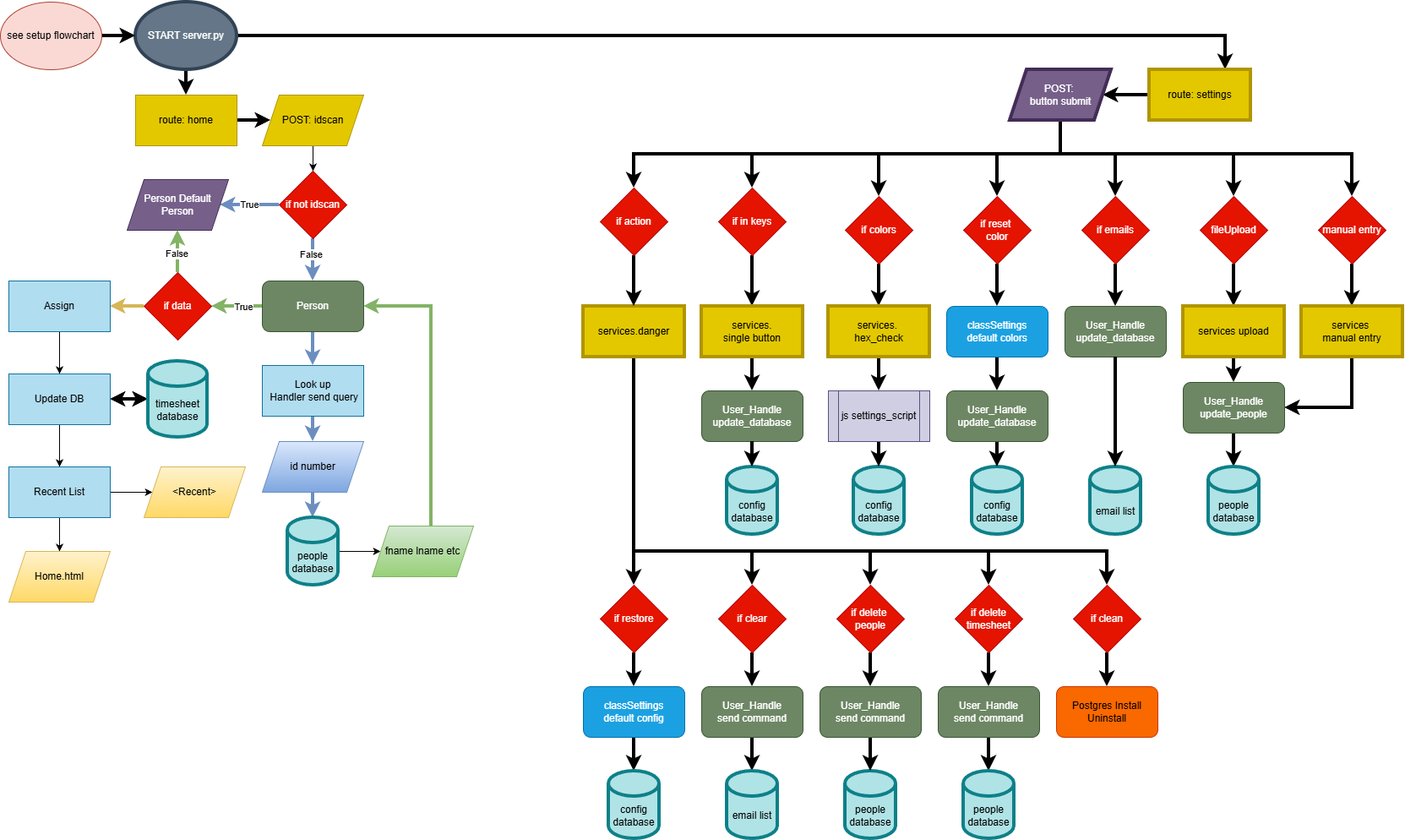
Above: planning/server_flowchart.drawio.png in whitedragonstudios/Scanner (draw.io), before the change. Source tidied: cells renumbered, new cells last; positions are measured from the earlier drawing's top-left corner, leaving out a move shared by most shapes.
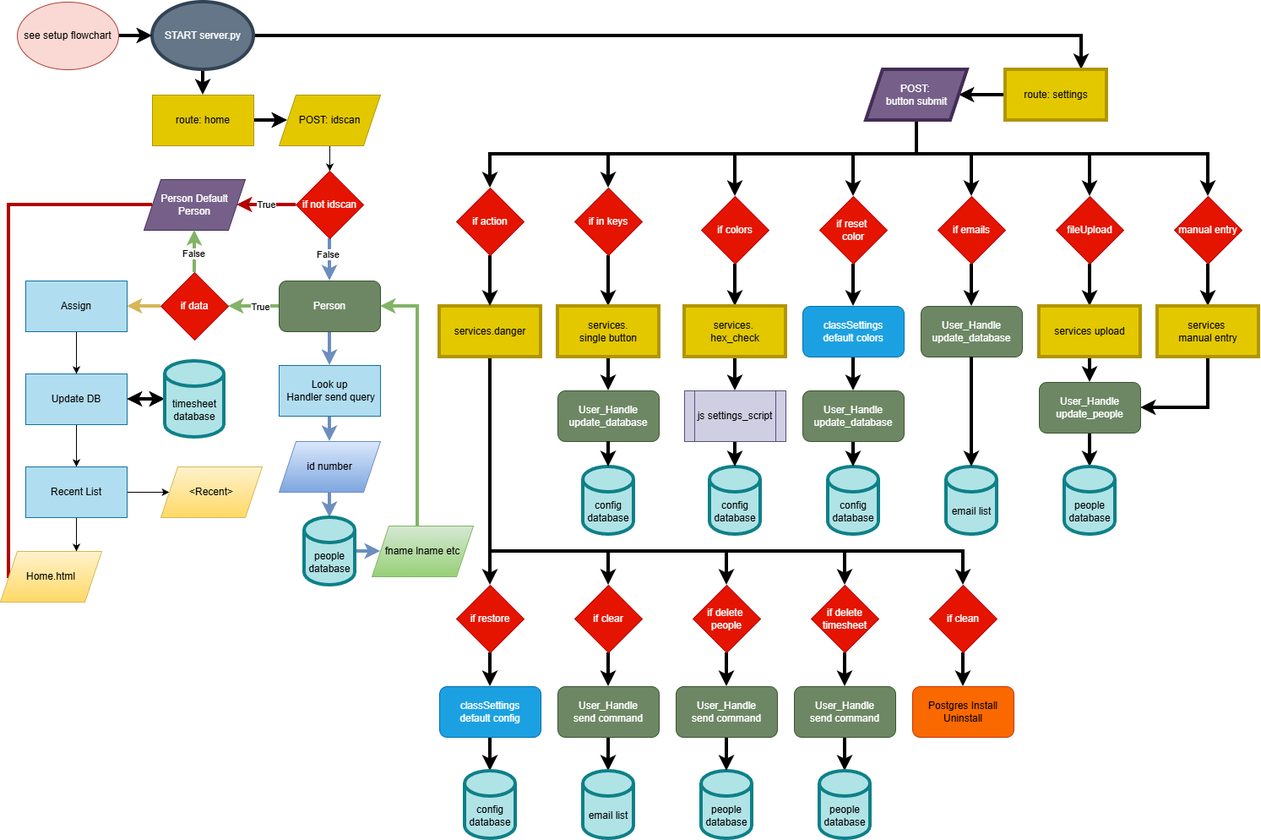
The same file after the commit.

What changed in the source:
```diff
@@ -9,7 +9,7 @@
       <mxGeometry relative="1" as="geometry" />
     </mxCell>
     <mxCell id="4" value="START server.py" style="ellipse;whiteSpace=wrap;html=1;strokeWidth=4;fillColor=#647687;fontColor=#ffffff;strokeColor=#314354;" parent="1" vertex="1">
-      <mxGeometry x="160" width="120" height="80" as="geometry" />
+      <mxGeometry x="350" width="120" height="80" as="geometry" />
     </mxCell>
     <mxCell id="5" style="edgeStyle=orthogonalEdgeStyle;rounded=0;jettySize=auto;html=1;strokeWidth=4;" parent="1" edge="1" source="6" target="17">
       <mxGeometry relative="1" as="geometry" />
@@ -24,7 +24,7 @@
       <mxGeometry relative="1" as="geometry" />
     </mxCell>
     <mxCell id="9" value="see setup flowchart" style="ellipse;whiteSpace=wrap;html=1;fillColor=#fad9d5;strokeColor=#ae4132;" parent="1" vertex="1">
-      <mxGeometry width="120" height="80" as="geometry" />
+      <mxGeometry x="190" width="120" height="80" as="geometry" />
     </mxCell>
     <mxCell id="10" style="edgeStyle=orthogonalEdgeStyle;rounded=0;jettySize=auto;html=1;exitX=0.5;exitY=1;exitDx=0;exitDy=0;strokeWidth=4;entryX=0.5;entryY=0;entryDx=0;entryDy=0;" parent="1" edge="1" source="17" target="26">
       <mxGeometry relative="1" as="geometry">
@@ -317,15 +317,15 @@
       <mxGeometry relative="1" as="geometry" />
     </mxCell>
     <mxCell id="87" value="route: home" style="rounded=0;whiteSpace=wrap;html=1;fillColor=#e3c800;fontColor=#000000;strokeColor=#B09500;" parent="1" vertex="1">
-      <mxGeometry x="160" y="110" width="120" height="60" as="geometry" />
+      <mxGeometry x="350" y="110" width="120" height="60" as="geometry" />
     </mxCell>
     <mxCell id="88" style="edgeStyle=orthogonalEdgeStyle;rounded=0;jettySize=auto;html=1;" parent="1" edge="1" source="89" target="94">
       <mxGeometry relative="1" as="geometry" />
     </mxCell>
     <mxCell id="89" value="POST: idscan" style="shape=parallelogram;perimeter=parallelogramPerimeter;whiteSpace=wrap;html=1;fixedSize=1;fillColor=#e3c800;fontColor=#000000;strokeColor=#B09500;" parent="1" vertex="1">
-      <mxGeometry x="310" y="110" width="120" height="60" as="geometry" />
+      <mxGeometry x="500" y="110" width="120" height="60" as="geometry" />
     </mxCell>
-    <mxCell id="90" style="edgeStyle=orthogonalEdgeStyle;rounded=0;jettySize=auto;html=1;fillColor=#dae8fc;gradientColor=#7ea6e0;strokeColor=#6c8ebf;strokeWidth=4;" parent="1" edge="1" source="94" target="95">
+    <mxCell id="90" style="edgeStyle=orthogonalEdgeStyle;rounded=0;jettySize=auto;html=1;fillColor=#e51400;strokeColor=#B20000;strokeWidth=4;" parent="1" edge="1" source="94" target="95">
       <mxGeometry relative="1" as="geometry" />
     </mxCell>
     <mxCell id="91" value="True" style="edgeLabel;html=1;align=center;verticalAlign=middle;" parent="90" vertex="1">
@@ -338,16 +338,25 @@
       <mxGeometry x="-0.28" y="-3" relative="1" as="geometry" />
     </mxCell>
     <mxCell id="94" value="if not idscan" style="rhombus;whiteSpace=wrap;html=1;fillColor=#e51400;fontColor=#ffffff;strokeColor=#B20000;" parent="1" vertex="1">
-      <mxGeometry x="330" y="200" width="80" height="80" as="geometry" />
+      <mxGeometry x="520" y="200" width="80" height="80" as="geometry" />
     </mxCell>
+    <mxCell id="124" style="edgeStyle=orthogonalEdgeStyle;rounded=0;jettySize=auto;html=1;entryX=0;entryY=0.5;entryDx=0;entryDy=0;strokeWidth=4;fillColor=#e51400;strokeColor=#B20000;" parent="1" edge="1" source="95">
+      <mxGeometry relative="1" as="geometry">
+        <mxPoint x="210" y="680" as="targetPoint" />
+        <Array as="points">
+          <mxPoint x="180" y="240" />
+          <mxPoint x="180" y="680" />
+        </Array>
+      </mxGeometry>
+    </mxCell>
     <mxCell id="95" value="Person Default Person" style="shape=parallelogram;perimeter=parallelogramPerimeter;whiteSpace=wrap;html=1;fixedSize=1;fillColor=#76608a;fontColor=#ffffff;strokeColor=#432D57;" parent="1" vertex="1">
-      <mxGeometry x="150" y="210" width="120" height="60" as="geometry" />
+      <mxGeometry x="340" y="210" width="120" height="60" as="geometry" />
     </mxCell>
     <mxCell id="96" style="edgeStyle=orthogonalEdgeStyle;rounded=0;jettySize=auto;html=1;fillColor=#dae8fc;gradientColor=#7ea6e0;strokeColor=#6c8ebf;strokeWidth=4;" parent="1" edge="1" source="97" target="103">
       <mxGeometry relative="1" as="geometry" />
     </mxCell>
     <mxCell id="97" value="Look up&lt;div&gt;&amp;nbsp;Handler send query&lt;/div&gt;" style="rounded=0;whiteSpace=wrap;html=1;fillColor=#b1ddf0;strokeColor=#10739e;" parent="1" vertex="1">
-      <mxGeometry x="310" y="430" width="120" height="60" as="geometry" />
+      <mxGeometry x="500" y="430" width="120" height="60" as="geometry" />
     </mxCell>
     <mxCell id="98" style="edgeStyle=orthogonalEdgeStyle;rounded=0;jettySize=auto;html=1;fillColor=#dae8fc;gradientColor=#7ea6e0;strokeColor=#6c8ebf;strokeWidth=4;" parent="1" edge="1" source="101" target="97">
       <mxGeometry relative="1" as="geometry" />
@@ -359,29 +368,29 @@
       <mxGeometry x="-0.24" relative="1" as="geometry" />
     </mxCell>
     <mxCell id="101" value="Person" style="rounded=1;whiteSpace=wrap;html=1;fillColor=#6d8764;fontColor=#ffffff;strokeColor=#3A5431;" parent="1" vertex="1">
-      <mxGeometry x="310" y="330" width="120" height="60" as="geometry" />
+      <mxGeometry x="500" y="330" width="120" height="60" as="geometry" />
     </mxCell>
     <mxCell id="102" style="edgeStyle=orthogonalEdgeStyle;rounded=0;jettySize=auto;html=1;strokeWidth=4;fillColor=#dae8fc;gradientColor=#7ea6e0;strokeColor=#6c8ebf;" parent="1" edge="1" source="103" target="105">
       <mxGeometry relative="1" as="geometry" />
     </mxCell>
     <mxCell id="103" value="id number" style="shape=parallelogram;perimeter=parallelogramPerimeter;whiteSpace=wrap;html=1;fixedSize=1;fillColor=#dae8fc;gradientColor=#7ea6e0;strokeColor=#6c8ebf;" parent="1" vertex="1">
-      <mxGeometry x="310" y="520" width="120" height="60" as="geometry" />
+      <mxGeometry x="500" y="520" width="120" height="60" as="geometry" />
     </mxCell>
-    <mxCell id="104" style="edgeStyle=orthogonalEdgeStyle;rounded=0;jettySize=auto;html=1;" parent="1" edge="1" source="105" target="107">
+    <mxCell id="104" style="edgeStyle=orthogonalEdgeStyle;rounded=0;jettySize=auto;html=1;strokeWidth=4;fillColor=#dae8fc;strokeColor=#6c8ebf;gradientColor=#7ea6e0;" parent="1" edge="1" source="105" target="107">
       <mxGeometry relative="1" as="geometry" />
     </mxCell>
     <mxCell id="105" value="people database" style="shape=cylinder3;whiteSpace=wrap;html=1;boundedLbl=1;backgroundOutline=1;size=15;strokeWidth=4;fillColor=#b0e3e6;strokeColor=#0e8088;" parent="1" vertex="1">
-      <mxGeometry x="340" y="610" width="60" height="80" as="geometry" />
+      <mxGeometry x="530" y="610" width="60" height="80" as="geometry" />
     </mxCell>
-    <mxCell id="106" style="edgeStyle=orthogonalEdgeStyle;rounded=0;jettySize=auto;html=1;entryX=1;entryY=0.5;entryDx=0;entryDy=0;fillColor=#d5e8d4;gradientColor=#97d077;strokeColor=#82b366;strokeWidth=4;" parent="1" edge="1" source="107" target="101">
+    <mxCell id="106" style="edgeStyle=orthogonalEdgeStyle;rounded=0;jettySize=auto;html=1;entryX=1;entryY=0.5;entryDx=0;entryDy=0;fillColor=#d5e8d4;gradientColor=#97d077;strokeColor=#82b366;strokeWidth=4;exitX=0.45;exitY=0.067;exitDx=0;exitDy=0;exitPerimeter=0;" parent="1" edge="1" source="107" target="101">
       <mxGeometry relative="1" as="geometry">
         <Array as="points">
-          <mxPoint x="510" y="360" />
+          <mxPoint x="664" y="360" />
         </Array>
       </mxGeometry>
     </mxCell>
     <mxCell id="107" value="fname lname etc" style="shape=parallelogram;perimeter=parallelogramPerimeter;whiteSpace=wrap;html=1;fixedSize=1;fillColor=#d5e8d4;gradientColor=#97d077;strokeColor=#82b366;" parent="1" vertex="1">
-      <mxGeometry x="440" y="620" width="120" height="60" as="geometry" />
+      <mxGeometry x="610" y="620" width="120" height="60" as="geometry" />
     </mxCell>
     <mxCell id="108" style="edgeStyle=orthogonalEdgeStyle;rounded=0;jettySize=auto;html=1;fillColor=#d5e8d4;gradientColor=#97d077;strokeColor=#82b366;strokeWidth=4;" parent="1" edge="1" source="111" target="95">
       <mxGeometry relative="1" as="geometry" />
@@ -393,13 +402,13 @@
       <mxGeometry relative="1" as="geometry" />
     </mxCell>
     <mxCell id="111" value="if data" style="rhombus;whiteSpace=wrap;html=1;fillColor=#e51400;fontColor=#ffffff;strokeColor=#B20000;" parent="1" vertex="1">
-      <mxGeometry x="170" y="320" width="80" height="80" as="geometry" />
+      <mxGeometry x="360" y="320" width="80" height="80" as="geometry" />
     </mxCell>
     <mxCell id="112" style="edgeStyle=orthogonalEdgeStyle;rounded=0;jettySize=auto;html=1;" parent="1" edge="1" source="113" target="117">
       <mxGeometry relative="1" as="geometry" />
     </mxCell>
     <mxCell id="113" value="Assign" style="rounded=0;whiteSpace=wrap;html=1;fillColor=#b1ddf0;strokeColor=#10739e;" parent="1" vertex="1">
-      <mxGeometry x="10" y="330" width="120" height="60" as="geometry" />
+      <mxGeometry x="200" y="330" width="120" height="60" as="geometry" />
     </mxCell>
     <mxCell id="114" style="edgeStyle=orthogonalEdgeStyle;rounded=0;jettySize=auto;html=1;strokeColor=none;startArrow=classic;startFill=1;strokeWidth=4;" parent="1" edge="1" source="117" target="118">
       <mxGeometry relative="1" as="geometry" />
@@ -411,25 +420,27 @@
       <mxGeometry relative="1" as="geometry" />
     </mxCell>
     <mxCell id="117" value="Update DB" style="rounded=0;whiteSpace=wrap;html=1;fillColor=#b1ddf0;strokeColor=#10739e;" parent="1" vertex="1">
-      <mxGeometry x="10" y="440" width="120" height="60" as="geometry" />
+      <mxGeometry x="200" y="440" width="120" height="60" as="geometry" />
     </mxCell>
     <mxCell id="118" value="timesheet&lt;div&gt;database&lt;/div&gt;" style="shape=cylinder3;whiteSpace=wrap;html=1;boundedLbl=1;backgroundOutline=1;size=15;fillColor=#b0e3e6;strokeColor=#0e8088;strokeWidth=4;" parent="1" vertex="1">
-      <mxGeometry x="175" y="425" width="70" height="90" as="geometry" />
+      <mxGeometry x="365" y="425" width="70" height="90" as="geometry" />
     </mxCell>
-    <mxCell id="119" style="edgeStyle=orthogonalEdgeStyle;rounded=0;jettySize=auto;html=1;" parent="1" edge="1" source="121" target="122">
-      <mxGeometry relative="1" as="geometry" />
+    <mxCell id="119" style="edgeStyle=orthogonalEdgeStyle;rounded=0;jettySize=auto;html=1;" parent="1" edge="1" source="121">
+      <mxGeometry relative="1" as="geometry">
+        <mxPoint x="260" y="650" as="targetPoint" />
+      </mxGeometry>
     </mxCell>
     <mxCell id="120" style="edgeStyle=orthogonalEdgeStyle;rounded=0;jettySize=auto;html=1;" parent="1" edge="1" source="121" target="123">
       <mxGeometry relative="1" as="geometry" />
     </mxCell>
     <mxCell id="121" value="Recent List" style="rounded=0;whiteSpace=wrap;html=1;fillColor=#b1ddf0;strokeColor=#10739e;" parent="1" vertex="1">
-      <mxGeometry x="10" y="550" width="120" height="60" as="geometry" />
+      <mxGeometry x="200" y="550" width="120" height="60" as="geometry" />
     </mxCell>
     <mxCell id="122" value="Home.html" style="shape=parallelogram;perimeter=parallelogramPerimeter;whiteSpace=wrap;html=1;fixedSize=1;fillColor=#fff2cc;strokeColor=#d6b656;gradientColor=#ffd966;" parent="1" vertex="1">
-      <mxGeometry x="10" y="650" width="120" height="60" as="geometry" />
+      <mxGeometry x="170" y="650" width="120" height="60" as="geometry" />
     </mxCell>
     <mxCell id="123" value="&amp;lt;Recent&amp;gt;" style="shape=parallelogram;perimeter=parallelogramPerimeter;whiteSpace=wrap;html=1;fixedSize=1;fillColor=#fff2cc;strokeColor=#d6b656;rounded=0;gradientColor=#ffd966;" parent="1" vertex="1">
-      <mxGeometry x="170" y="550" width="120" height="60" as="geometry" />
+      <mxGeometry x="360" y="550" width="120" height="60" as="geometry" />
     </mxCell>
   </root>
 </mxGraphModel>
```
